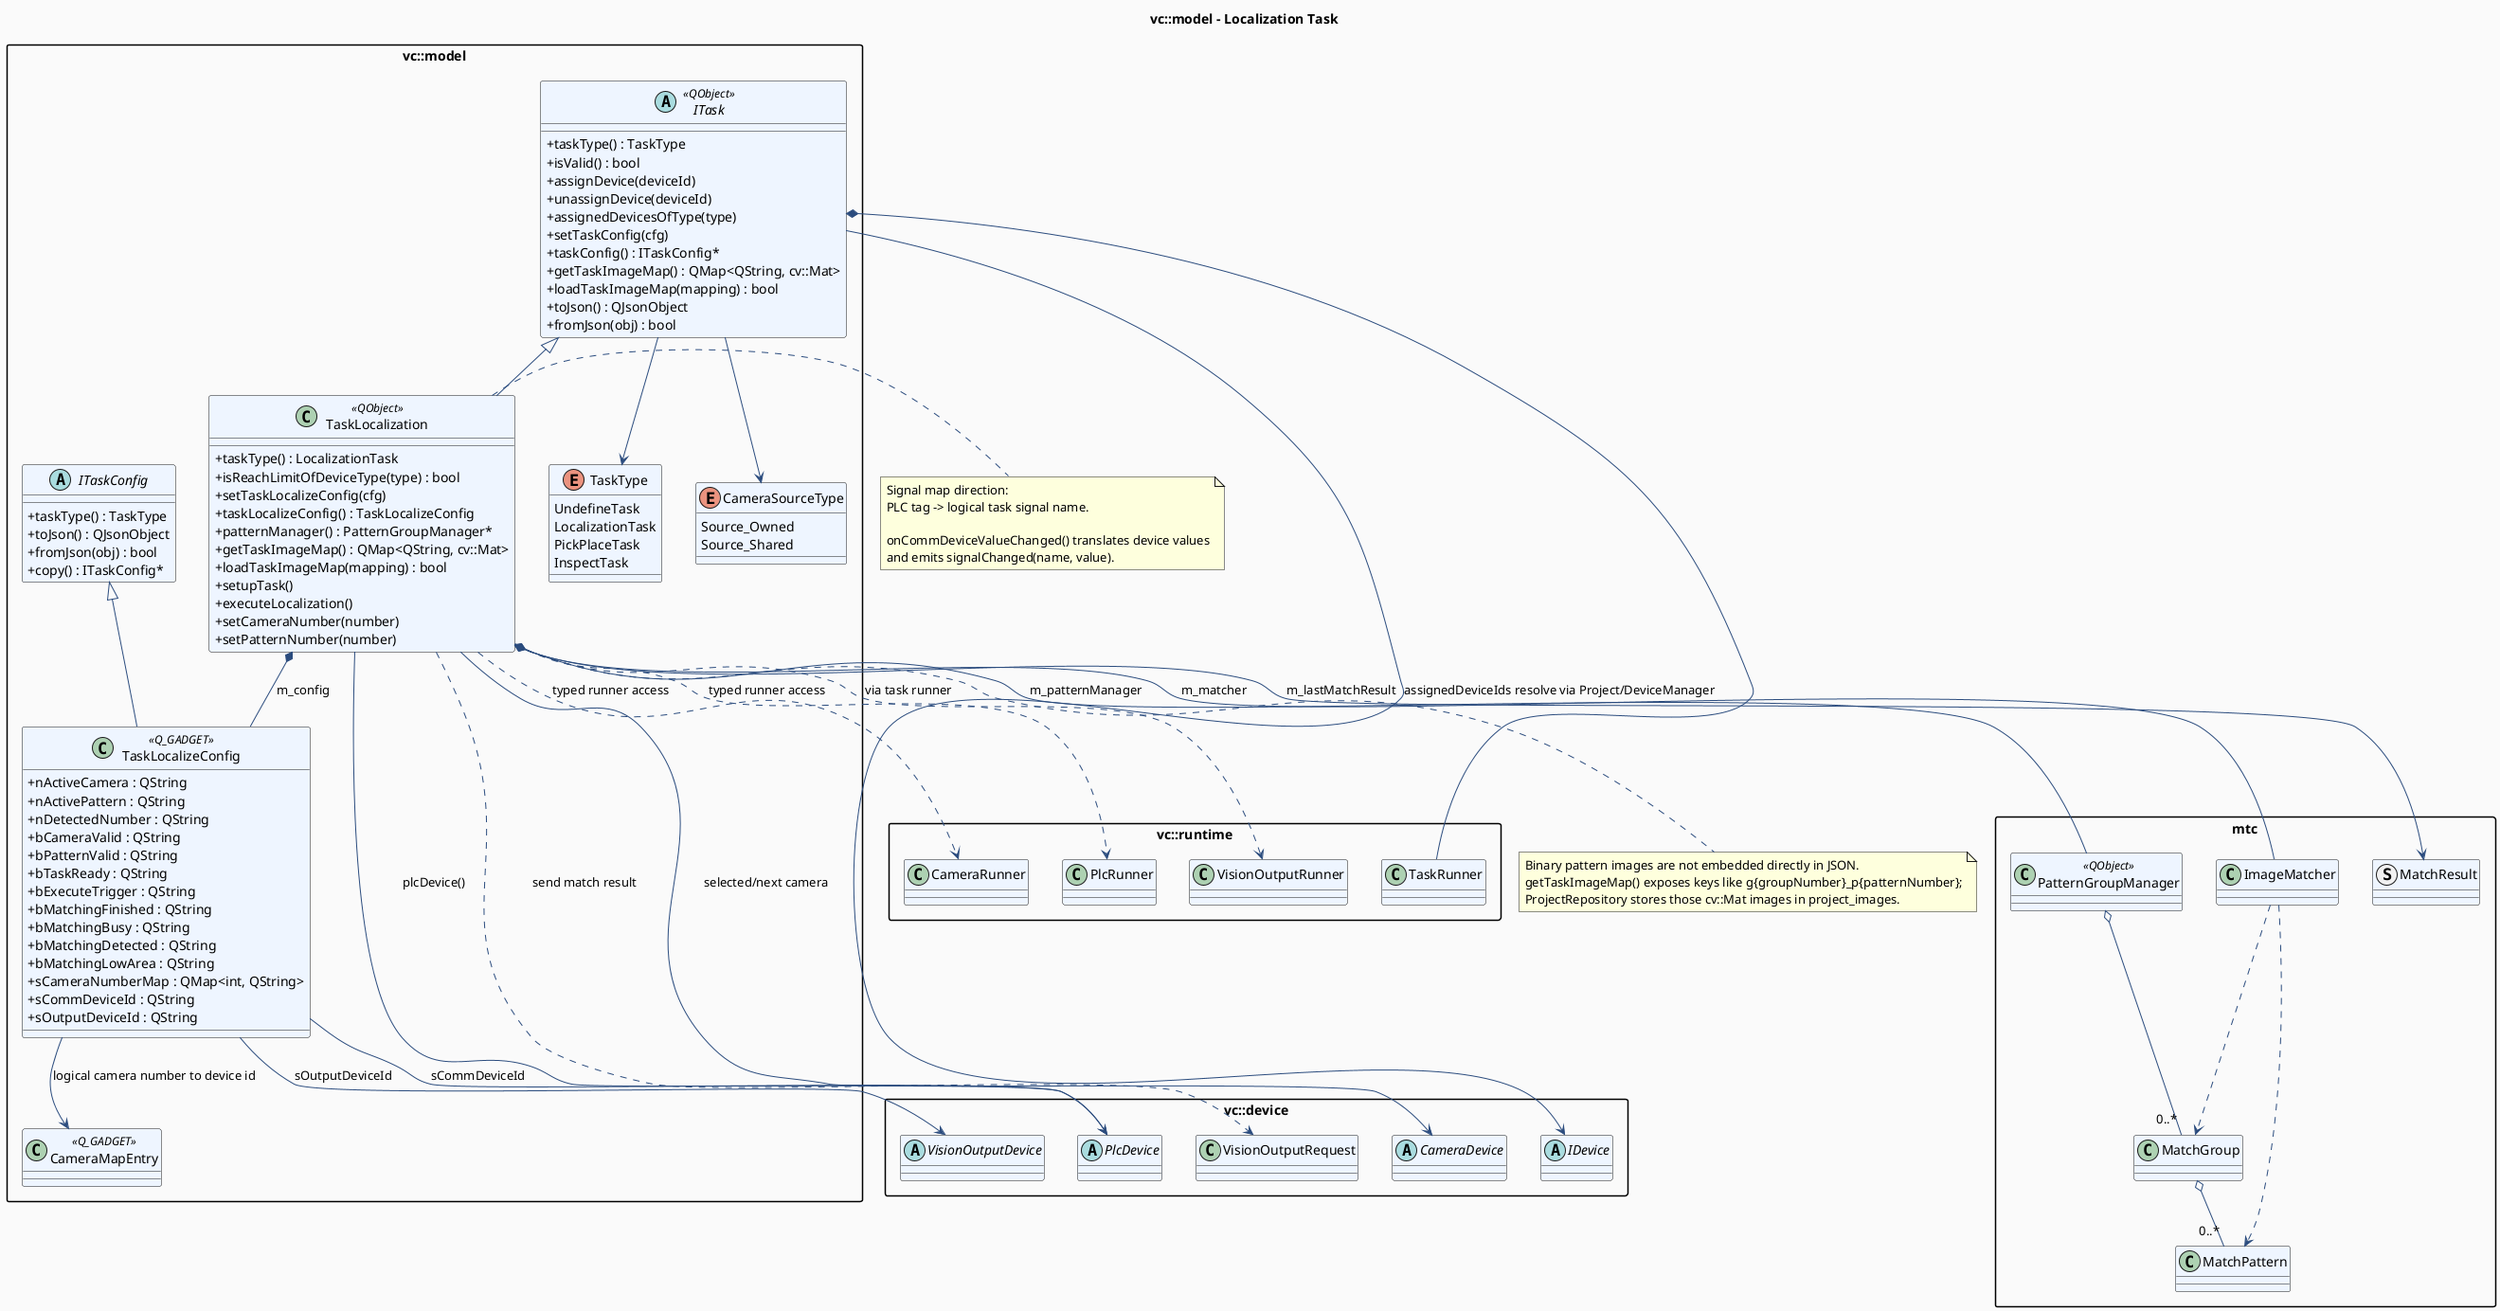
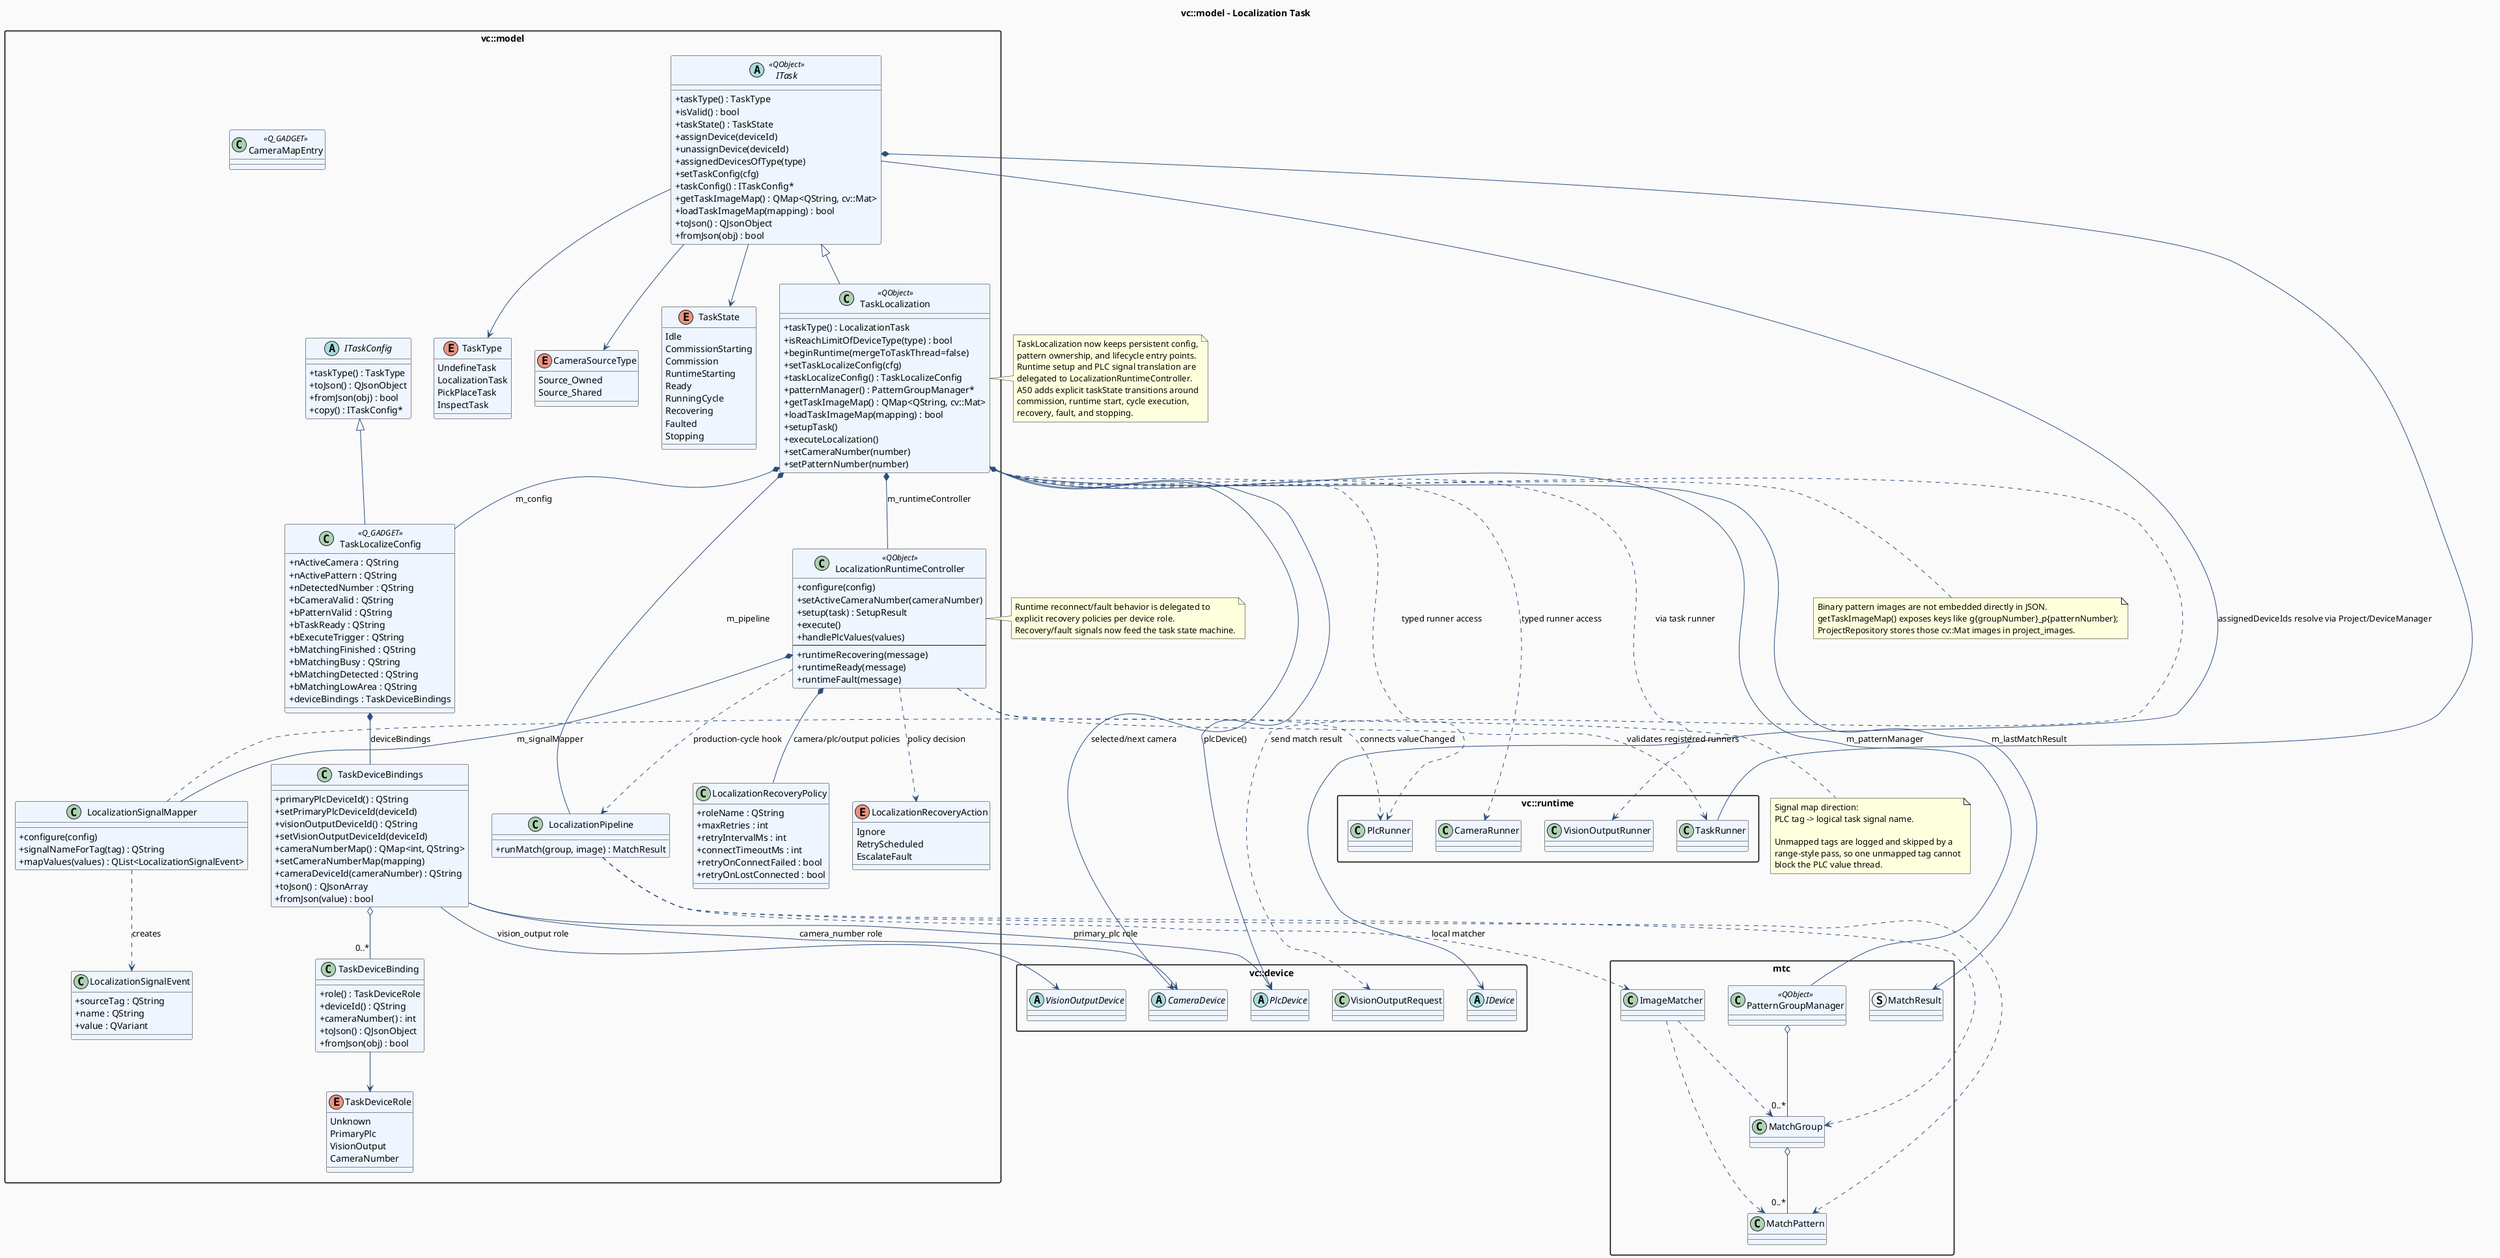
@startuml localization_task
title vc::model - Localization Task

skinparam backgroundColor #FAFAFA
skinparam shadowing false
skinparam classAttributeIconSize 0
skinparam packageStyle rectangle
skinparam ArrowColor #2B4C7E
skinparam ClassBackgroundColor #EEF5FF

package "vc::model" {
  enum TaskType {
    UndefineTask
    LocalizationTask
    PickPlaceTask
    InspectTask
  }

  enum CameraSourceType {
    Source_Owned
    Source_Shared
  }

+   enum TaskState {
+     Idle
+     CommissionStarting
+     Commission
+     RuntimeStarting
+     Ready
+     RunningCycle
+     Recovering
+     Faulted
+     Stopping
+   }
+ 
  abstract class ITaskConfig {
    +taskType() : TaskType
    +toJson() : QJsonObject
    +fromJson(obj) : bool
    +copy() : ITaskConfig*
  }

  abstract class ITask <<QObject>> {
    +taskType() : TaskType
    +isValid() : bool
+     +taskState() : TaskState
    +assignDevice(deviceId)
    +unassignDevice(deviceId)
    +assignedDevicesOfType(type)
    +setTaskConfig(cfg)
    +taskConfig() : ITaskConfig*
    +getTaskImageMap() : QMap<QString, cv::Mat>
    +loadTaskImageMap(mapping) : bool
    +toJson() : QJsonObject
    +fromJson(obj) : bool
  }

  class TaskLocalizeConfig <<Q_GADGET>> {
    +nActiveCamera : QString
    +nActivePattern : QString
    +nDetectedNumber : QString
    +bCameraValid : QString
    +bPatternValid : QString
    +bTaskReady : QString
    +bExecuteTrigger : QString
    +bMatchingFinished : QString
    +bMatchingBusy : QString
    +bMatchingDetected : QString
    +bMatchingLowArea : QString
-     +sCameraNumberMap : QMap<int, QString>
-     +sCommDeviceId : QString
-     +sOutputDeviceId : QString
+     +deviceBindings : TaskDeviceBindings
+   }
+ 
+   enum TaskDeviceRole {
+     Unknown
+     PrimaryPlc
+     VisionOutput
+     CameraNumber
+   }
+ 
+   class TaskDeviceBinding {
+     +role() : TaskDeviceRole
+     +deviceId() : QString
+     +cameraNumber() : int
+     +toJson() : QJsonObject
+     +fromJson(obj) : bool
+   }
+ 
+   class TaskDeviceBindings {
+     +primaryPlcDeviceId() : QString
+     +setPrimaryPlcDeviceId(deviceId)
+     +visionOutputDeviceId() : QString
+     +setVisionOutputDeviceId(deviceId)
+     +cameraNumberMap() : QMap<int, QString>
+     +setCameraNumberMap(mapping)
+     +cameraDeviceId(cameraNumber) : QString
+     +toJson() : QJsonArray
+     +fromJson(value) : bool
  }

  class TaskLocalization <<QObject>> {
    +taskType() : LocalizationTask
    +isReachLimitOfDeviceType(type) : bool
+     +beginRuntime(mergeToTaskThread=false)
    +setTaskLocalizeConfig(cfg)
    +taskLocalizeConfig() : TaskLocalizeConfig
    +patternManager() : PatternGroupManager*
    +getTaskImageMap() : QMap<QString, cv::Mat>
    +loadTaskImageMap(mapping) : bool
    +setupTask()
    +executeLocalization()
    +setCameraNumber(number)
    +setPatternNumber(number)
  }

+   class LocalizationRuntimeController <<QObject>> {
+     +configure(config)
+     +setActiveCameraNumber(cameraNumber)
+     +setup(task) : SetupResult
+     +execute()
+     +handlePlcValues(values)
+     --
+     +runtimeRecovering(message)
+     +runtimeReady(message)
+     +runtimeFault(message)
+   }
+ 
+   enum LocalizationRecoveryAction {
+     Ignore
+     RetryScheduled
+     EscalateFault
+   }
+ 
+   class LocalizationRecoveryPolicy {
+     +roleName : QString
+     +maxRetries : int
+     +retryIntervalMs : int
+     +connectTimeoutMs : int
+     +retryOnConnectFailed : bool
+     +retryOnLostConnected : bool
+   }
+ 
+   class LocalizationSignalMapper {
+     +configure(config)
+     +signalNameForTag(tag) : QString
+     +mapValues(values) : QList<LocalizationSignalEvent>
+   }
+ 
+   class LocalizationSignalEvent {
+     +sourceTag : QString
+     +name : QString
+     +value : QVariant
+   }
+ 
+   class LocalizationPipeline {
+     +runMatch(group, image) : MatchResult
+   }
+ 
  class CameraMapEntry <<Q_GADGET>>
}

package "vc::device" {
  abstract class IDevice
  abstract class CameraDevice
  abstract class PlcDevice
  abstract class VisionOutputDevice
  class VisionOutputRequest
}

package "vc::runtime" {
  class TaskRunner
  class CameraRunner
  class PlcRunner
  class VisionOutputRunner
}

package "mtc" {
  class PatternGroupManager <<QObject>>
  class MatchGroup
  class MatchPattern
  class ImageMatcher
  struct MatchResult
}

ITaskConfig <|-- TaskLocalizeConfig
ITask <|-- TaskLocalization

ITask *-- TaskRunner
ITask --> IDevice : assignedDeviceIds resolve via Project/DeviceManager
ITask --> CameraSourceType
ITask --> TaskType
+ ITask --> TaskState

TaskLocalization *-- TaskLocalizeConfig : m_config
+ TaskLocalizeConfig *-- TaskDeviceBindings : deviceBindings
+ TaskDeviceBindings o-- "0..*" TaskDeviceBinding
+ TaskDeviceBinding --> TaskDeviceRole
TaskLocalization *-- PatternGroupManager : m_patternManager
- TaskLocalization *-- ImageMatcher : m_matcher
+ TaskLocalization *-- LocalizationRuntimeController : m_runtimeController
+ TaskLocalization *-- LocalizationPipeline : m_pipeline
+ LocalizationRuntimeController *-- LocalizationSignalMapper : m_signalMapper
+ LocalizationRuntimeController *-- LocalizationRecoveryPolicy : camera/plc/output policies
+ LocalizationRuntimeController ..> LocalizationRecoveryAction : policy decision
+ LocalizationSignalMapper ..> LocalizationSignalEvent : creates
+ LocalizationPipeline ..> ImageMatcher : local matcher
TaskLocalization --> MatchResult : m_lastMatchResult
TaskLocalization --> CameraDevice : selected/next camera
TaskLocalization --> PlcDevice : plcDevice()
TaskLocalization ..> CameraRunner : typed runner access
TaskLocalization ..> PlcRunner : typed runner access
TaskLocalization ..> VisionOutputRunner : via task runner
TaskLocalization ..> VisionOutputRequest : send match result
+ LocalizationRuntimeController ..> PlcRunner : connects valueChanged
+ LocalizationRuntimeController ..> TaskRunner : validates registered runners
+ LocalizationRuntimeController ..> LocalizationPipeline : production-cycle hook

PatternGroupManager o-- "0..*" MatchGroup
MatchGroup o-- "0..*" MatchPattern
+ LocalizationPipeline ..> MatchGroup
+ LocalizationPipeline ..> MatchPattern
ImageMatcher ..> MatchGroup
ImageMatcher ..> MatchPattern

- TaskLocalizeConfig --> CameraMapEntry : logical camera number to device id
- TaskLocalizeConfig --> PlcDevice : sCommDeviceId
- TaskLocalizeConfig --> VisionOutputDevice : sOutputDeviceId
+ TaskDeviceBindings --> CameraDevice : camera_number role
+ TaskDeviceBindings --> PlcDevice : primary_plc role
+ TaskDeviceBindings --> VisionOutputDevice : vision_output role

note right of TaskLocalization
+   TaskLocalization now keeps persistent config,
+   pattern ownership, and lifecycle entry points.
+   Runtime setup and PLC signal translation are
+   delegated to LocalizationRuntimeController.
+   A50 adds explicit taskState transitions around
+   commission, runtime start, cycle execution,
+   recovery, fault, and stopping.
+ end note
+ 
+ note right of LocalizationRuntimeController
+   Runtime reconnect/fault behavior is delegated to
+   explicit recovery policies per device role.
+   Recovery/fault signals now feed the task state machine.
+ end note
+ 
+ note right of LocalizationSignalMapper
  Signal map direction:
  PLC tag -> logical task signal name.

-   onCommDeviceValueChanged() translates device values
-   and emits signalChanged(name, value).
+   Unmapped tags are logged and skipped by a
+   range-style pass, so one unmapped tag cannot
+   block the PLC value thread.
end note

note bottom of TaskLocalization
  Binary pattern images are not embedded directly in JSON.
  getTaskImageMap() exposes keys like g{groupNumber}_p{patternNumber};
  ProjectRepository stores those cv::Mat images in project_images.
end note

@enduml
- 
